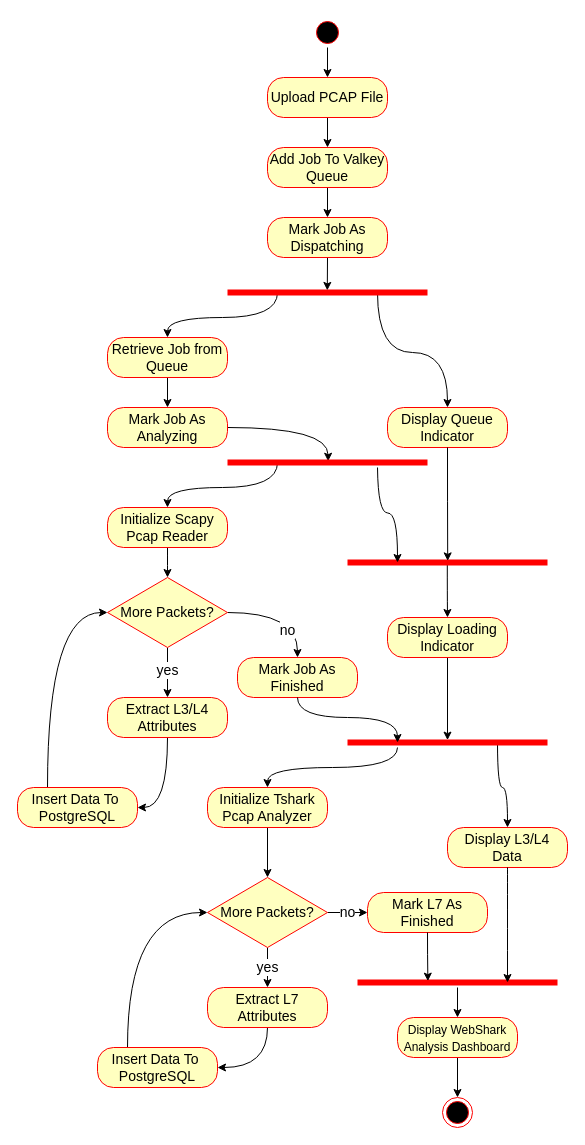
The draw.io diagram doc/WebShark_Activity.drawio in Zabuelis/WebShark, before the edit. Source tidied: cells renumbered, new cells numbered last; positions are measured from the earlier drawing's top-left corner, leaving out a move shared by most shapes. Both pictures are drawn from the tidied source at 100%, with x=0, y=0 at pixel (17, 17).
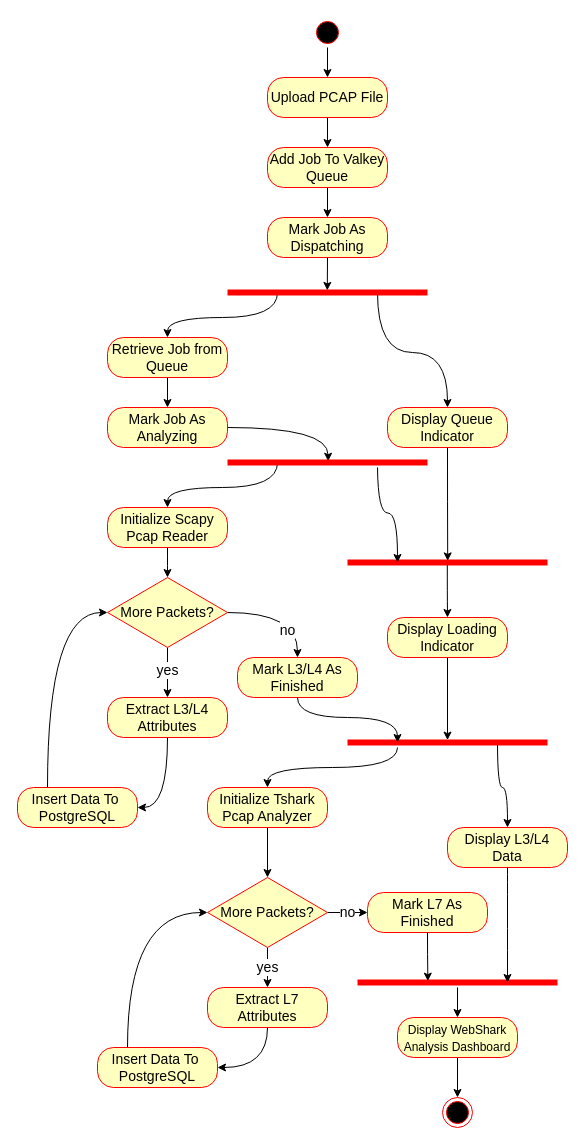
The same page after the edit.

Commit message (it also covers changes not shown here):
update activity diagram

Change to the diagram source:
```diff
@@
-    <mxCell id="20" value="Mark Job As Finished" style="rounded=1;whiteSpace=wrap;html=1;arcSize=40;fontColor=#000000;fillColor=#ffffc0;strokeColor=#ff0000;fontSize=14;" parent="1" vertex="1">
+    <mxCell id="20" value="Mark L3/L4 As Finished" style="rounded=1;whiteSpace=wrap;html=1;arcSize=40;fontColor=#000000;fillColor=#ffffc0;strokeColor=#ff0000;fontSize=14;" parent="1" vertex="1">
       <mxGeometry x="220" y="640" width="120" height="40" as="geometry" />
     </mxCell>
```
